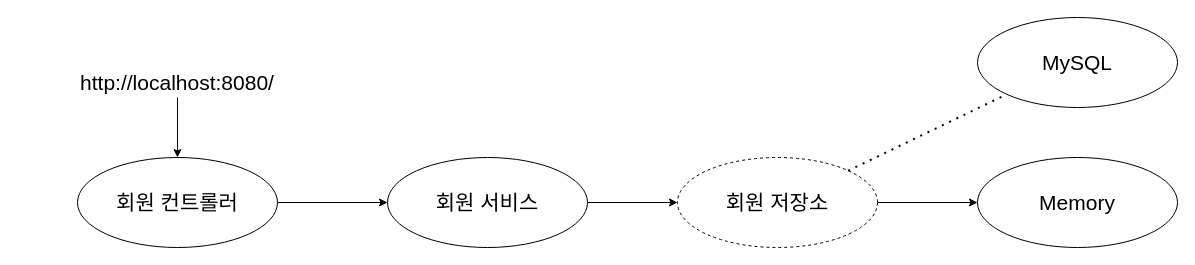
Lee-seungju/drawfile keeps this draw.io diagram as page "Page-7" (7 of 8) of GitPractice.drawio. Above is the earlier version. Source tidied: cells renumbered, new cells numbered last; positions are measured from the earlier drawing's top-left corner, leaving out a move shared by most shapes. Both pictures are drawn from the tidied source at 100%, with x=0, y=0 at pixel (17, 17).
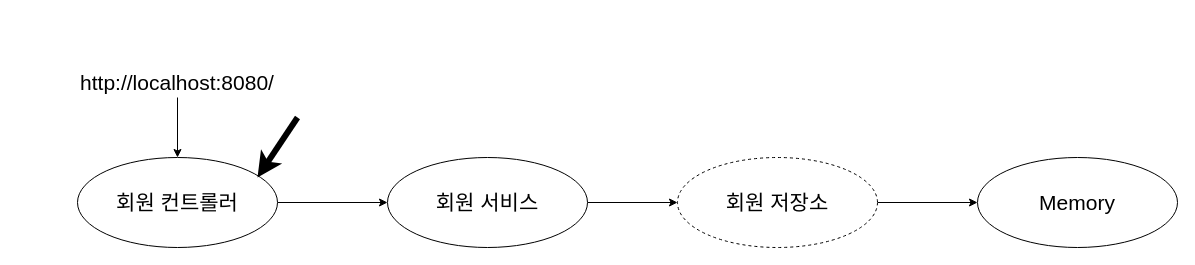
The same diagram, later.

Diff of the diagram source:
```diff
@@
 <mxGraphModel>
   <root>
     <mxCell id="0" />
     <mxCell id="1" parent="0" />
     <mxCell id="2" style="edgeStyle=orthogonalEdgeStyle;rounded=0;jettySize=auto;html=1;fontSize=21;" parent="1" edge="1" source="3" target="7">
       <mxGeometry relative="1" as="geometry" />
     </mxCell>
     <mxCell id="3" value="회원 저장소" style="ellipse;whiteSpace=wrap;html=1;align=center;dashed=1;fontSize=21;" parent="1" vertex="1">
       <mxGeometry x="660" y="140" width="200" height="90" as="geometry" />
     </mxCell>
-    <mxCell id="4" value="MySQL" style="ellipse;whiteSpace=wrap;html=1;align=center;fontSize=21;" parent="1" vertex="1">
-      <mxGeometry x="960" width="200" height="90" as="geometry" />
-    </mxCell>
     <mxCell id="5" style="edgeStyle=orthogonalEdgeStyle;rounded=0;jettySize=auto;html=1;fontSize=21;" parent="1" edge="1" source="6" target="10">
       <mxGeometry relative="1" as="geometry" />
     </mxCell>
     <mxCell id="6" value="회원 컨트롤러" style="ellipse;whiteSpace=wrap;html=1;align=center;fontSize=21;" parent="1" vertex="1">
       <mxGeometry x="60" y="140" width="200" height="90" as="geometry" />
     </mxCell>
     <mxCell id="7" value="Memory" style="ellipse;whiteSpace=wrap;html=1;align=center;fontSize=21;" parent="1" vertex="1">
       <mxGeometry x="960" y="140" width="200" height="90" as="geometry" />
     </mxCell>
-    <mxCell id="8" style="endArrow=none;dashed=1;html=1;dashPattern=1 3;strokeWidth=2;rounded=0;fontSize=21;entryX=0;entryY=1;entryDx=0;entryDy=0;exitX=1;exitY=0;exitDx=0;exitDy=0;" parent="1" edge="1" source="3" target="4">
-      <mxGeometry relative="1" as="geometry" />
-    </mxCell>
     <mxCell id="9" style="edgeStyle=orthogonalEdgeStyle;rounded=0;jettySize=auto;html=1;fontSize=21;" parent="1" edge="1" source="10" target="3">
       <mxGeometry relative="1" as="geometry" />
     </mxCell>
     <mxCell id="10" value="회원 서비스" style="ellipse;whiteSpace=wrap;html=1;align=center;fontSize=21;" parent="1" vertex="1">
       <mxGeometry x="370" y="140" width="200" height="90" as="geometry" />
     </mxCell>
     <mxCell id="11" style="edgeStyle=orthogonalEdgeStyle;rounded=0;jettySize=auto;html=1;fontSize=21;" parent="1" edge="1" source="12" target="6">
       <mxGeometry relative="1" as="geometry" />
     </mxCell>
     <mxCell id="12" value="http://localhost:8080/" style="text;html=1;strokeColor=none;fillColor=none;align=center;verticalAlign=middle;whiteSpace=wrap;rounded=0;fontSize=21;" parent="1" vertex="1">
       <mxGeometry y="50" width="320" height="30" as="geometry" />
     </mxCell>
+    <mxCell id="13" style="endArrow=classic;html=1;rounded=0;strokeWidth=6;" parent="1" edge="1">
+      <mxGeometry relative="1" as="geometry">
+        <mxPoint x="280" y="100" as="sourcePoint" />
+        <mxPoint x="240" y="160" as="targetPoint" />
+      </mxGeometry>
+    </mxCell>
   </root>
 </mxGraphModel>
```
